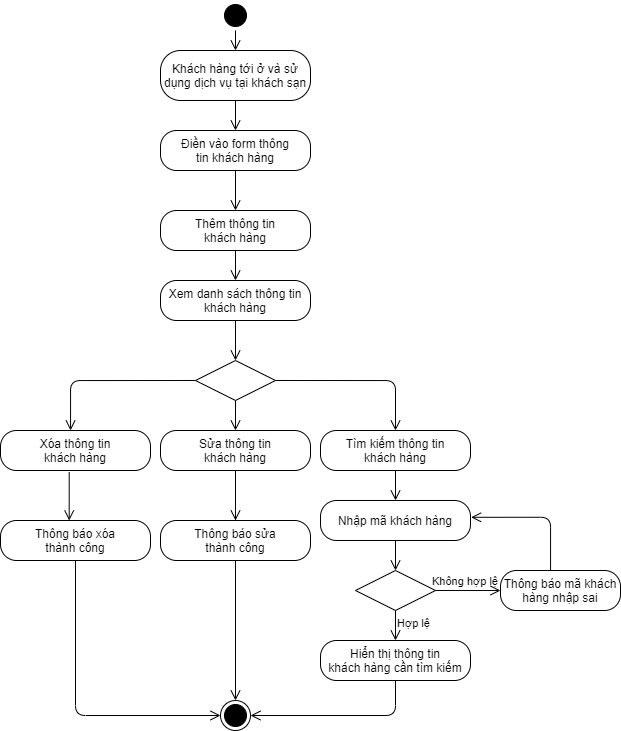
Earlier version of the draw.io export Phan_Tich_Thiet_Ke/Diagram/Activity_Diagram/Activity_Diagram_QuanLyKhachHang.png (KNhaa/DoAnCNPM). Source tidied: cells renumbered, new cells last; positions are measured from the earlier drawing's top-left corner, leaving out a move shared by most shapes.
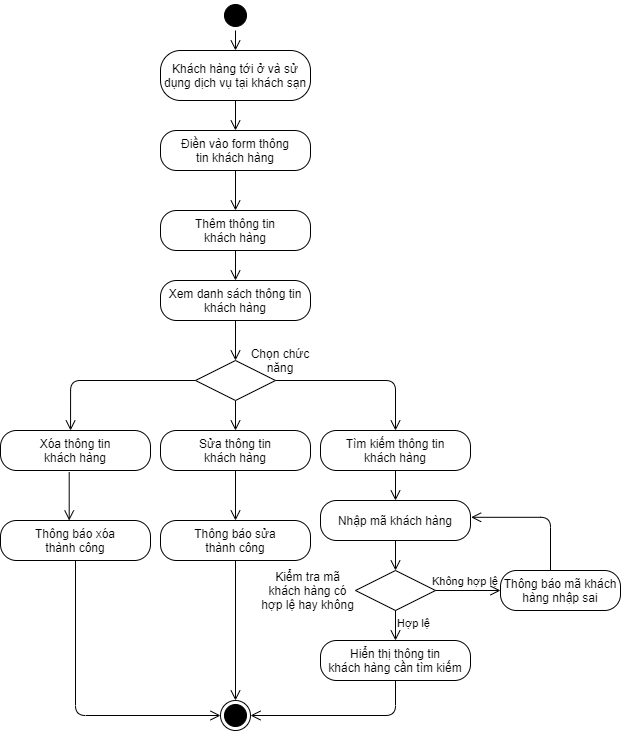
After the change.

Diff of the diagram source:
```diff
@@ -138,5 +138,11 @@
         </Array>
       </mxGeometry>
     </mxCell>
+    <mxCell id="37" value="Kiểm tra mã khách hàng có hợp lệ hay không" style="text;html=1;strokeColor=none;fillColor=none;align=center;verticalAlign=middle;whiteSpace=wrap;rounded=0;" parent="1" vertex="1">
+      <mxGeometry x="260" y="580" width="95" height="20" as="geometry" />
+    </mxCell>
+    <mxCell id="38" value="Chọn chức năng" style="text;html=1;strokeColor=none;fillColor=none;align=center;verticalAlign=middle;whiteSpace=wrap;rounded=0;" parent="1" vertex="1">
+      <mxGeometry x="240" y="350" width="80" height="20" as="geometry" />
+    </mxCell>
   </root>
 </mxGraphModel>
```
